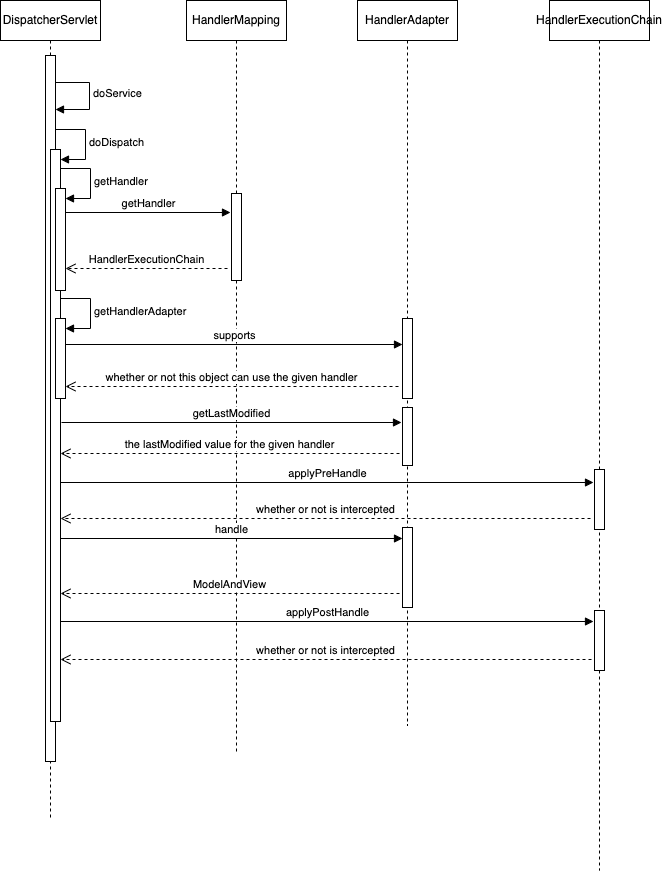
Above: static/img/SpringMVC调用时序图.png in LL1105/myblog (draw.io), before the change. Source tidied: cells renumbered, new cells last; positions are measured from the earlier drawing's top-left corner, leaving out a move shared by most shapes.
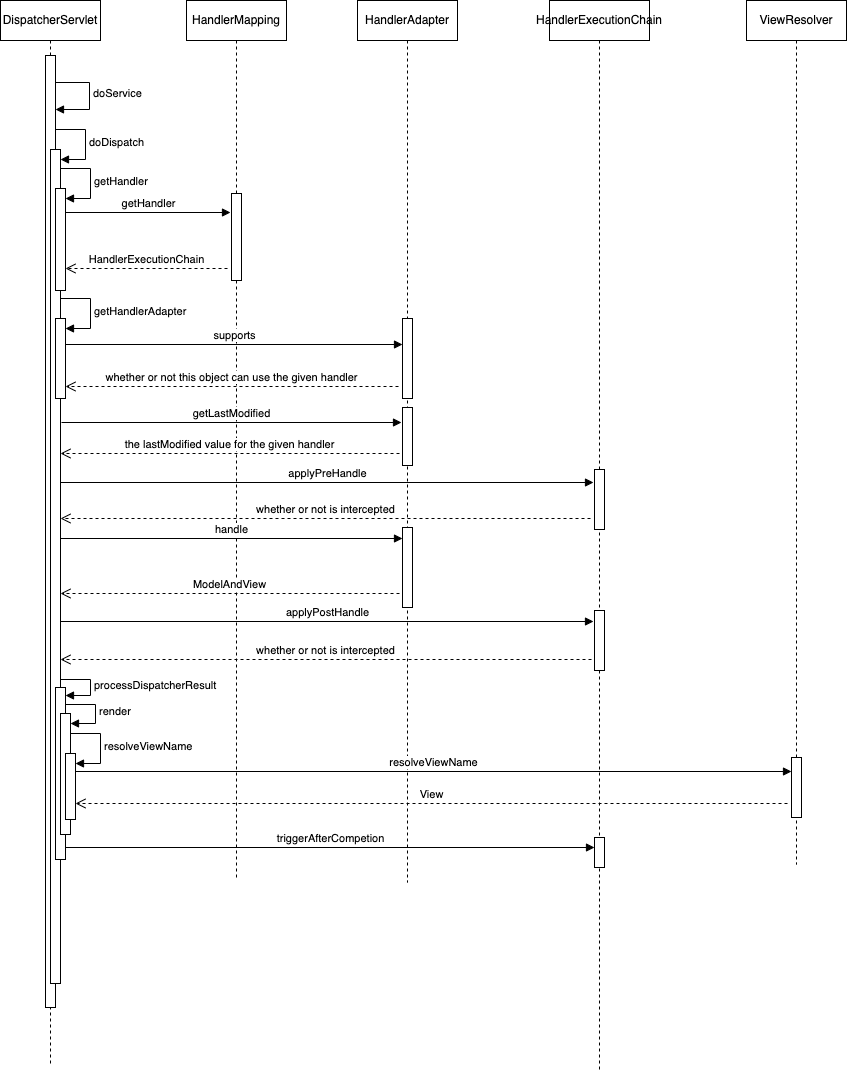
Above is the later version.

Commit message:
更新SpringMVC调用时序图.png

The edit, as a diff of the source:
```diff
@@ -3,10 +3,10 @@
     <mxCell id="0" />
     <mxCell id="1" parent="0" />
     <mxCell id="2" value="DispatcherServlet" style="shape=umlLifeline;perimeter=lifelinePerimeter;whiteSpace=wrap;html=1;newEdgeStyle={&quot;curved&quot;:0,&quot;rounded&quot;:0};" parent="1" vertex="1">
-      <mxGeometry width="100" height="818" as="geometry" />
+      <mxGeometry width="100" height="1063" as="geometry" />
     </mxCell>
     <mxCell id="3" style="html=1;points=[[0,0,0,0,5],[0,1,0,0,-5],[1,0,0,0,5],[1,1,0,0,-5]];perimeter=orthogonalPerimeter;outlineConnect=0;targetShapes=umlLifeline;portConstraint=eastwest;newEdgeStyle={&quot;curved&quot;:0,&quot;rounded&quot;:0};" parent="2" vertex="1">
-      <mxGeometry x="45" y="55" width="10" height="706" as="geometry" />
+      <mxGeometry x="45" y="55" width="10" height="952" as="geometry" />
     </mxCell>
     <mxCell id="4" value="doService" style="html=1;align=left;spacingLeft=2;endArrow=block;rounded=0;edgeStyle=orthogonalEdgeStyle;curved=0;rounded=0;" parent="2" edge="1" target="3">
       <mxGeometry relative="1" as="geometry">
@@ -19,7 +19,7 @@
       </mxGeometry>
     </mxCell>
     <mxCell id="5" style="html=1;points=[[0,0,0,0,5],[0,1,0,0,-5],[1,0,0,0,5],[1,1,0,0,-5]];perimeter=orthogonalPerimeter;outlineConnect=0;targetShapes=umlLifeline;portConstraint=eastwest;newEdgeStyle={&quot;curved&quot;:0,&quot;rounded&quot;:0};" parent="2" vertex="1">
-      <mxGeometry x="50" y="149" width="10" height="572" as="geometry" />
+      <mxGeometry x="50" y="149" width="10" height="834" as="geometry" />
     </mxCell>
     <mxCell id="6" value="doDispatch" style="html=1;align=left;spacingLeft=2;endArrow=block;rounded=0;edgeStyle=orthogonalEdgeStyle;curved=0;rounded=0;" parent="2" edge="1" target="5">
       <mxGeometry relative="1" as="geometry">
@@ -51,8 +51,43 @@
         </Array>
       </mxGeometry>
     </mxCell>
+    <mxCell id="32" style="html=1;points=[[0,0,0,0,5],[0,1,0,0,-5],[1,0,0,0,5],[1,1,0,0,-5]];perimeter=orthogonalPerimeter;outlineConnect=0;targetShapes=umlLifeline;portConstraint=eastwest;newEdgeStyle={&quot;curved&quot;:0,&quot;rounded&quot;:0};" parent="2" vertex="1">
+      <mxGeometry x="55" y="687" width="10" height="172" as="geometry" />
+    </mxCell>
+    <mxCell id="33" value="processDispatcherResult" style="html=1;align=left;spacingLeft=2;endArrow=block;rounded=0;edgeStyle=orthogonalEdgeStyle;curved=0;rounded=0;" parent="2" edge="1" target="32">
+      <mxGeometry relative="1" as="geometry">
+        <mxPoint x="60" y="679" as="sourcePoint" />
+        <Array as="points">
+          <mxPoint x="90" y="679" />
+          <mxPoint x="90" y="695" />
+        </Array>
+      </mxGeometry>
+    </mxCell>
+    <mxCell id="34" style="html=1;points=[[0,0,0,0,5],[0,1,0,0,-5],[1,0,0,0,5],[1,1,0,0,-5]];perimeter=orthogonalPerimeter;outlineConnect=0;targetShapes=umlLifeline;portConstraint=eastwest;newEdgeStyle={&quot;curved&quot;:0,&quot;rounded&quot;:0};" parent="2" vertex="1">
+      <mxGeometry x="60" y="713" width="10" height="121" as="geometry" />
+    </mxCell>
+    <mxCell id="35" value="render" style="html=1;align=left;spacingLeft=2;endArrow=block;rounded=0;edgeStyle=orthogonalEdgeStyle;curved=0;rounded=0;" parent="2" edge="1" target="34">
+      <mxGeometry relative="1" as="geometry">
+        <mxPoint x="65" y="704" as="sourcePoint" />
+        <Array as="points">
+          <mxPoint x="95" y="704" />
+          <mxPoint x="95" y="723" />
+        </Array>
+      </mxGeometry>
+    </mxCell>
+    <mxCell id="36" style="html=1;points=[[0,0,0,0,5],[0,1,0,0,-5],[1,0,0,0,5],[1,1,0,0,-5]];perimeter=orthogonalPerimeter;outlineConnect=0;targetShapes=umlLifeline;portConstraint=eastwest;newEdgeStyle={&quot;curved&quot;:0,&quot;rounded&quot;:0};" parent="2" vertex="1">
+      <mxGeometry x="65" y="753" width="10" height="66" as="geometry" />
+    </mxCell>
+    <mxCell id="37" value="resolveViewName" style="html=1;align=left;spacingLeft=2;endArrow=block;rounded=0;edgeStyle=orthogonalEdgeStyle;curved=0;rounded=0;" parent="2" edge="1" target="36">
+      <mxGeometry relative="1" as="geometry">
+        <mxPoint x="70" y="733" as="sourcePoint" />
+        <Array as="points">
+          <mxPoint x="100" y="763" />
+        </Array>
+      </mxGeometry>
+    </mxCell>
     <mxCell id="11" value="HandlerMapping" style="shape=umlLifeline;perimeter=lifelinePerimeter;whiteSpace=wrap;html=1;newEdgeStyle={&quot;curved&quot;:0,&quot;rounded&quot;:0};" parent="1" vertex="1">
-      <mxGeometry x="186" width="100" height="752" as="geometry" />
+      <mxGeometry x="186" width="100" height="877" as="geometry" />
     </mxCell>
     <mxCell id="12" style="html=1;perimeter=orthogonalPerimeter;targetShapes=umlLifeline;newEdgeStyle={&quot;curved&quot;:0,&quot;rounded&quot;:0};" parent="11" vertex="1">
       <mxGeometry x="45" y="193" width="10" height="87" as="geometry" />
@@ -68,7 +103,7 @@
       </mxGeometry>
     </mxCell>
     <mxCell id="15" value="HandlerAdapter" style="shape=umlLifeline;perimeter=lifelinePerimeter;whiteSpace=wrap;html=1;newEdgeStyle={&quot;curved&quot;:0,&quot;rounded&quot;:0};" parent="1" vertex="1">
-      <mxGeometry x="357" width="100" height="725" as="geometry" />
+      <mxGeometry x="357" width="100" height="882" as="geometry" />
     </mxCell>
     <mxCell id="16" style="html=1;points=[[0,0,0,0,5],[0,1,0,0,-5],[1,0,0,0,5],[1,1,0,0,-5]];perimeter=orthogonalPerimeter;outlineConnect=0;targetShapes=umlLifeline;portConstraint=eastwest;newEdgeStyle={&quot;curved&quot;:0,&quot;rounded&quot;:0};" parent="15" vertex="1">
       <mxGeometry x="45" y="318" width="10" height="80" as="geometry" />
@@ -114,7 +149,7 @@
       </mxGeometry>
     </mxCell>
     <mxCell id="25" value="HandlerExecutionChain" style="shape=umlLifeline;perimeter=lifelinePerimeter;whiteSpace=wrap;html=1;newEdgeStyle={&quot;curved&quot;:0,&quot;rounded&quot;:0};" parent="1" vertex="1">
-      <mxGeometry x="549" width="100" height="870" as="geometry" />
+      <mxGeometry x="549" width="100" height="1069" as="geometry" />
     </mxCell>
     <mxCell id="26" style="html=1;perimeter=orthogonalPerimeter;targetShapes=umlLifeline;newEdgeStyle={&quot;curved&quot;:0,&quot;rounded&quot;:0};" parent="25" vertex="1">
       <mxGeometry x="45" y="469" width="10" height="60" as="geometry" />
@@ -122,6 +157,9 @@
     <mxCell id="27" style="html=1;perimeter=orthogonalPerimeter;targetShapes=umlLifeline;newEdgeStyle={&quot;curved&quot;:0,&quot;rounded&quot;:0};" parent="25" vertex="1">
       <mxGeometry x="45" y="610" width="10" height="60" as="geometry" />
     </mxCell>
+    <mxCell id="38" style="html=1;perimeter=orthogonalPerimeter;targetShapes=umlLifeline;newEdgeStyle={&quot;curved&quot;:0,&quot;rounded&quot;:0};" parent="25" vertex="1">
+      <mxGeometry x="45" y="837" width="10" height="30" as="geometry" />
+    </mxCell>
     <mxCell id="28" value="applyPreHandle" style="html=1;verticalAlign=bottom;endArrow=block;curved=0;rounded=0;" parent="1" edge="1">
       <mxGeometry relative="1" as="geometry">
         <mxPoint x="60" y="482" as="sourcePoint" />
@@ -143,5 +181,27 @@
         <mxPoint x="591" y="659" as="sourcePoint" />
       </mxGeometry>
     </mxCell>
+    <mxCell id="39" value="ViewResolver" style="shape=umlLifeline;perimeter=lifelinePerimeter;whiteSpace=wrap;html=1;newEdgeStyle={&quot;curved&quot;:0,&quot;rounded&quot;:0};" parent="1" vertex="1">
+      <mxGeometry x="746" width="100" height="864" as="geometry" />
+    </mxCell>
+    <mxCell id="40" style="html=1;perimeter=orthogonalPerimeter;targetShapes=umlLifeline;newEdgeStyle={&quot;curved&quot;:0,&quot;rounded&quot;:0};" parent="39" vertex="1">
+      <mxGeometry x="45" y="757" width="10" height="60" as="geometry" />
+    </mxCell>
+    <mxCell id="41" value="resolveViewName" style="html=1;verticalAlign=bottom;endArrow=block;curved=0;rounded=0;" parent="1" edge="1" source="36">
+      <mxGeometry relative="1" as="geometry">
+        <mxPoint x="791" y="771" as="targetPoint" />
+      </mxGeometry>
+    </mxCell>
+    <mxCell id="42" value="View" style="html=1;verticalAlign=bottom;endArrow=open;dashed=1;endSize=8;curved=0;rounded=0;" parent="1" edge="1" target="36">
+      <mxGeometry relative="1" as="geometry">
+        <mxPoint x="787" y="803" as="sourcePoint" />
+      </mxGeometry>
+    </mxCell>
+    <mxCell id="43" value="triggerAfterCompetion" style="html=1;verticalAlign=bottom;endArrow=block;curved=0;rounded=0;" parent="1" edge="1">
+      <mxGeometry relative="1" as="geometry">
+        <mxPoint x="65" y="847" as="sourcePoint" />
+        <mxPoint x="594" y="847" as="targetPoint" />
+      </mxGeometry>
+    </mxCell>
   </root>
 </mxGraphModel>
```
